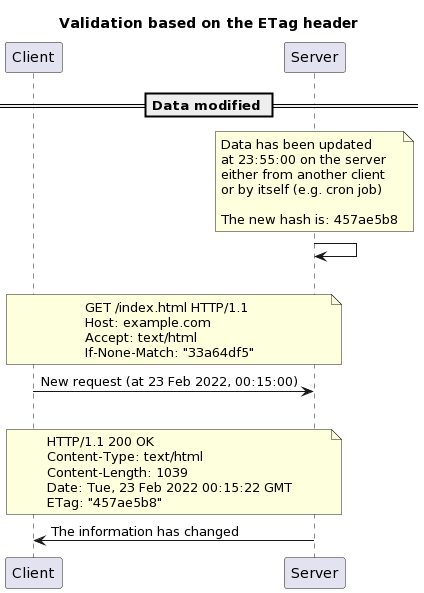
Above: 23-caching-and-performance/images/validation-model-based-on-the-etag-header-part-3.png in heig-vd-dai-course/heig-vd-dai-course (PlantUML), before the change.
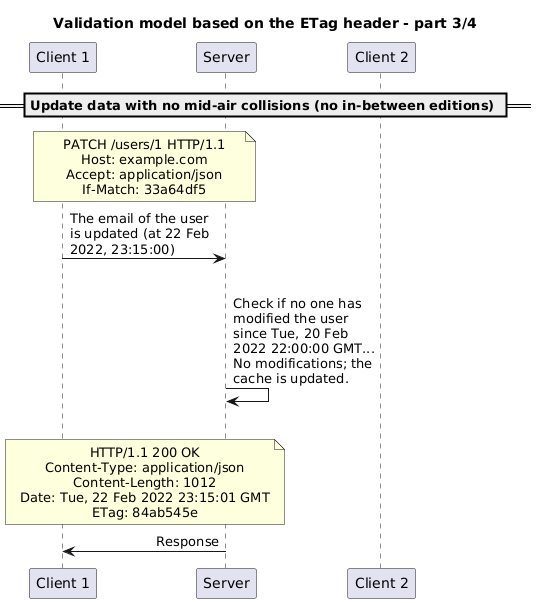
The same file after the commit.

What changed in the source:
```diff
@@ -1,40 +1,38 @@
 @startuml
-title "Validation based on the ETag header"
+skinparam boxPadding 100
+skinparam maxMessageSize 150
+skinparam noteTextAlignment center
+skinparam sequenceMessageAlign direction
+skinparam wrapWidth 250
 
-participant Client
-participant Server
+title "Validation model based on the ETag header - part 3/4"
 
-== Data modified ==
+participant "Client 1" as client1
+participant "Server" as server
+participant "Client 2" as client2
 
-note over Server
-Data has been updated
-at 23:55:00 on the server
-either from another client
-or by itself (e.g. cron job)
+== Update data with no mid-air collisions (no in-between editions) ==
 
-The new hash is: 457ae5b8
+note over client1, server
+PATCH /users/1 HTTP/1.1
+Host: example.com
+Accept: application/json
+If-Match: 33a64df5
 end note
-
-Server -> Server
+client1 -> server: The email of the user is updated (at 22 Feb 2022, 23:15:00)
 
 |||
 
-note over Client, Server
-GET /index.html HTTP/1.1
-Host: example.com
-Accept: text/html
-If-None-Match: "33a64df5"
-end note
-Client -> Server: New request (at 23 Feb 2022, 00:15:00)
+server -> server: Check if no one has modified the user since Tue, 20 Feb 2022 22:00:00 GMT...\nNo modifications; the cache is updated.
 
 |||
 
-note over Client, Server
+note over client1, server
 HTTP/1.1 200 OK
-Content-Type: text/html
-Content-Length: 1039
-Date: Tue, 23 Feb 2022 00:15:22 GMT
-ETag: "457ae5b8"
+Content-Type: application/json
+Content-Length: 1012
+Date: Tue, 22 Feb 2022 23:15:01 GMT
+ETag: 84ab545e
 end note
-Server -> Client: The information has changed
+server -> client1: Response
 @enduml
```
